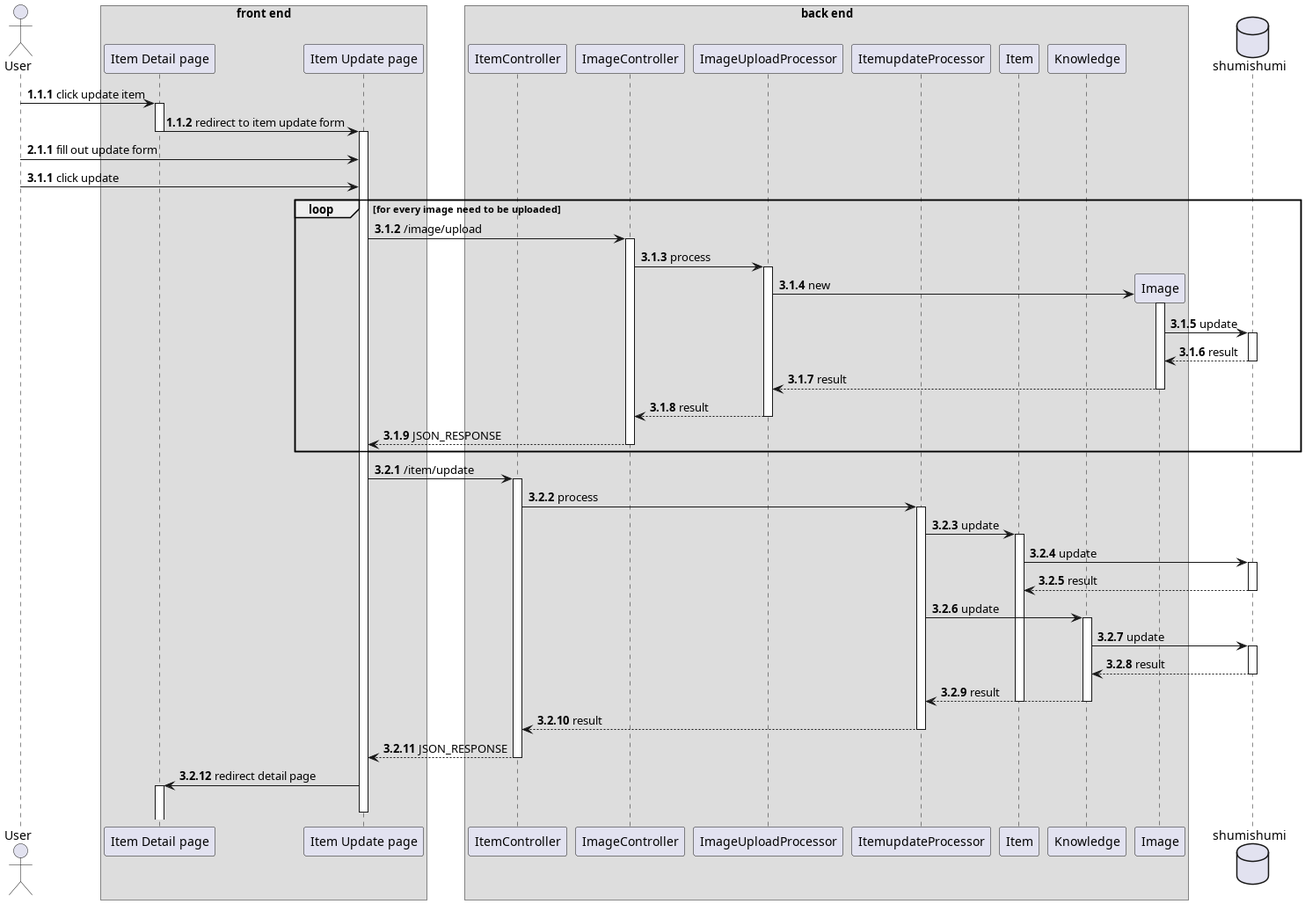
The PlantUML diagram thesis/latex/diagram/sequence diagram/17. item/update item/update item.png in aldihsuhandi/skripsi-2023, before a commit.
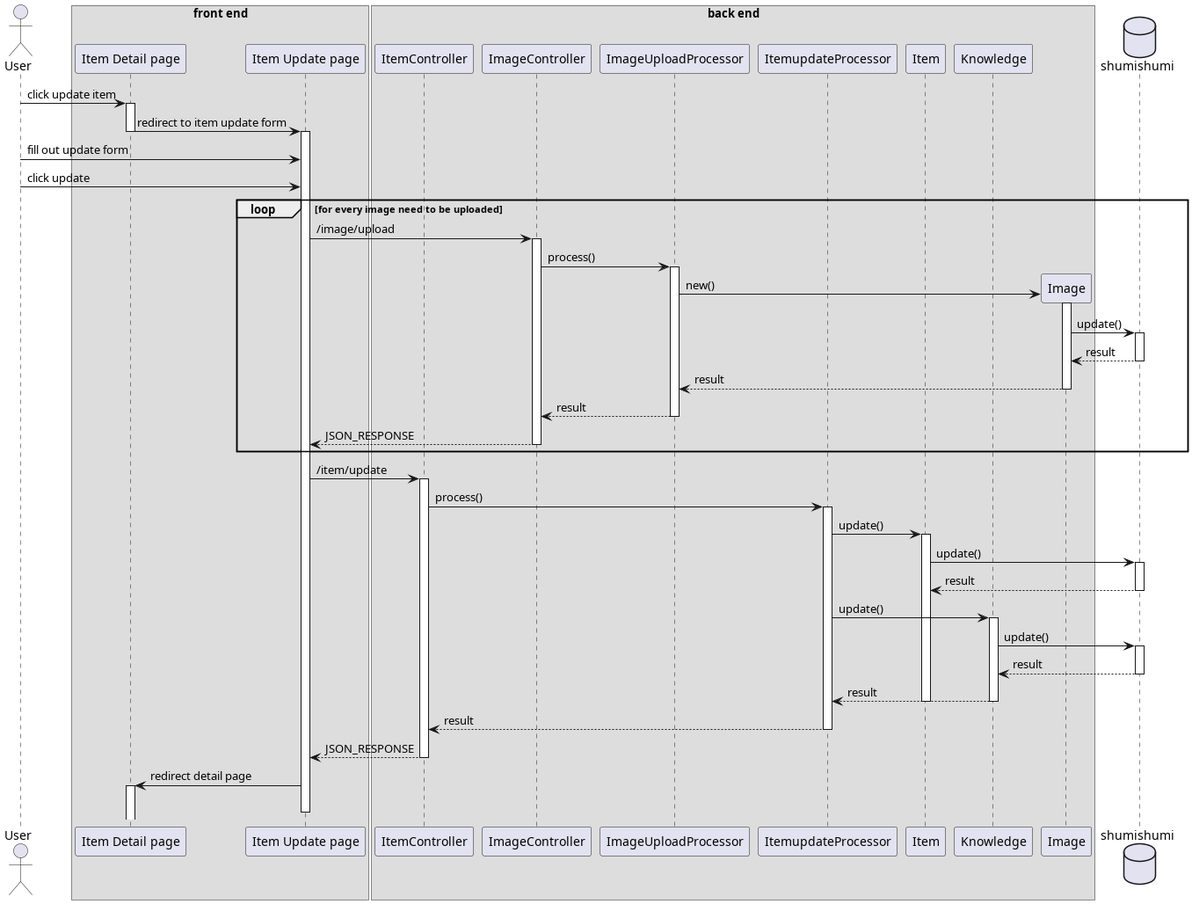
After the commit.

The edit, as a diff of the source:
```diff
@@ -1,5 +1,4 @@
 @startuml update item
-autonumber 1.1.1
 
 actor User as u
 
@@ -26,34 +25,31 @@
 u -> detail++ : click update item
 detail -> updatepage --++ : redirect to item update form
 
-autonumber inc a
 u -> updatepage : fill out update form
-autonumber inc a
 u -> updatepage : click update
 
 loop for every image need to be uploaded
 updatepage -> imc++ : /image/upload
-imc -> upproc++ : process
+imc -> upproc++ : process()
 
 create img
-upproc -> img++ : new
-img -> db++ : update
+upproc -> img++ : new()
+img -> db++ : update()
 return result
 return result
 return result
 return JSON_RESPONSE
 end
 
-autonumber inc b
 updatepage -> ic++ : /item/update
-ic -> updateproc++ : process
+ic -> updateproc++ : process()
 
-updateproc -> im++ : update
-im -> db++ : update
+updateproc -> im++ : update()
+im -> db++ : update()
 return result
 
-updateproc -> km++ : update
-km -> db++ : update
+updateproc -> km++ : update()
+km -> db++ : update()
 return result
 return result
 
```
